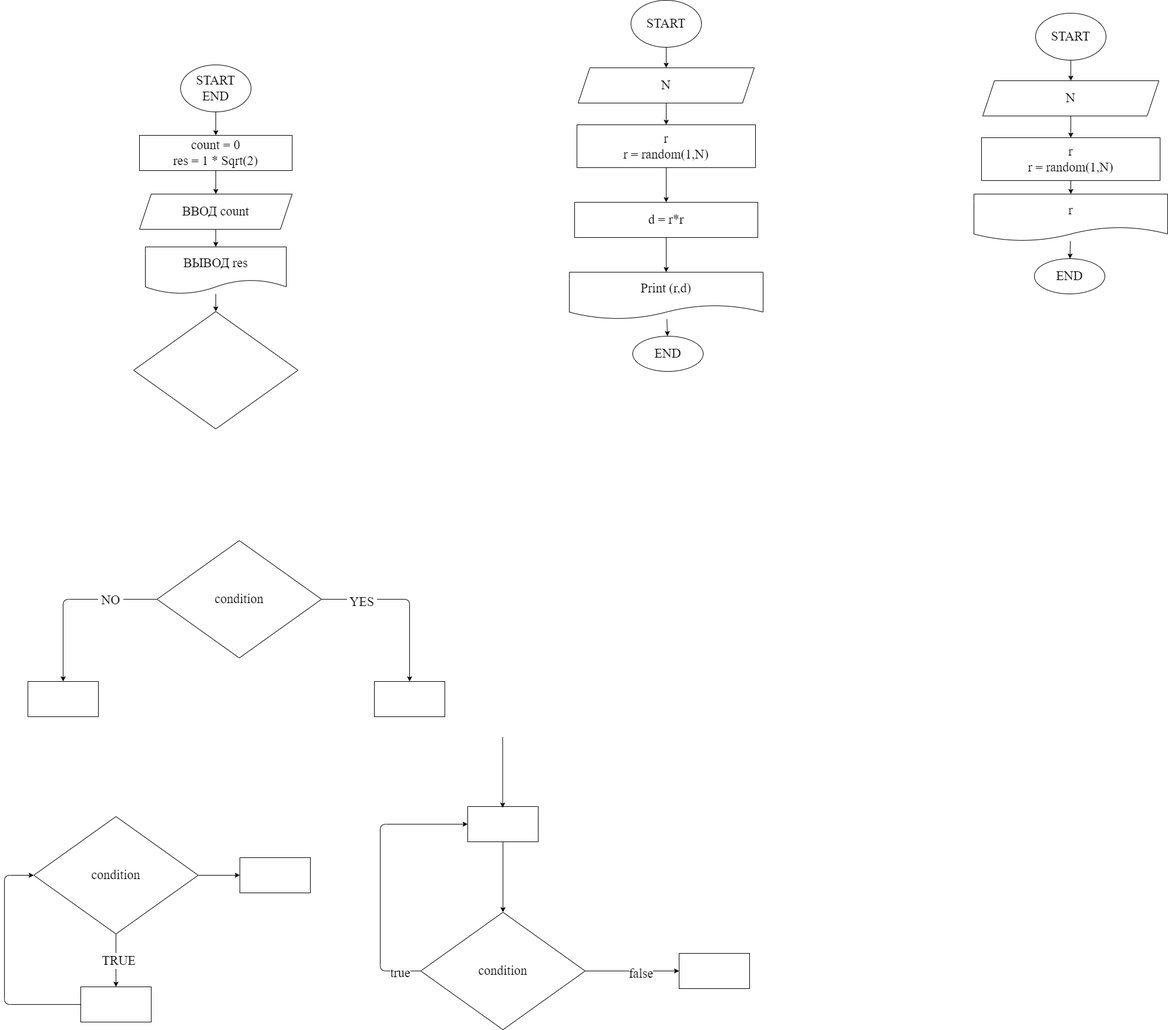
The draw.io diagram ex000.drawio.png in iksergey/practice_temp, before a commit. Source tidied: cells renumbered, new cells last; positions are measured from the earlier drawing's top-left corner, leaving out a move shared by most shapes.
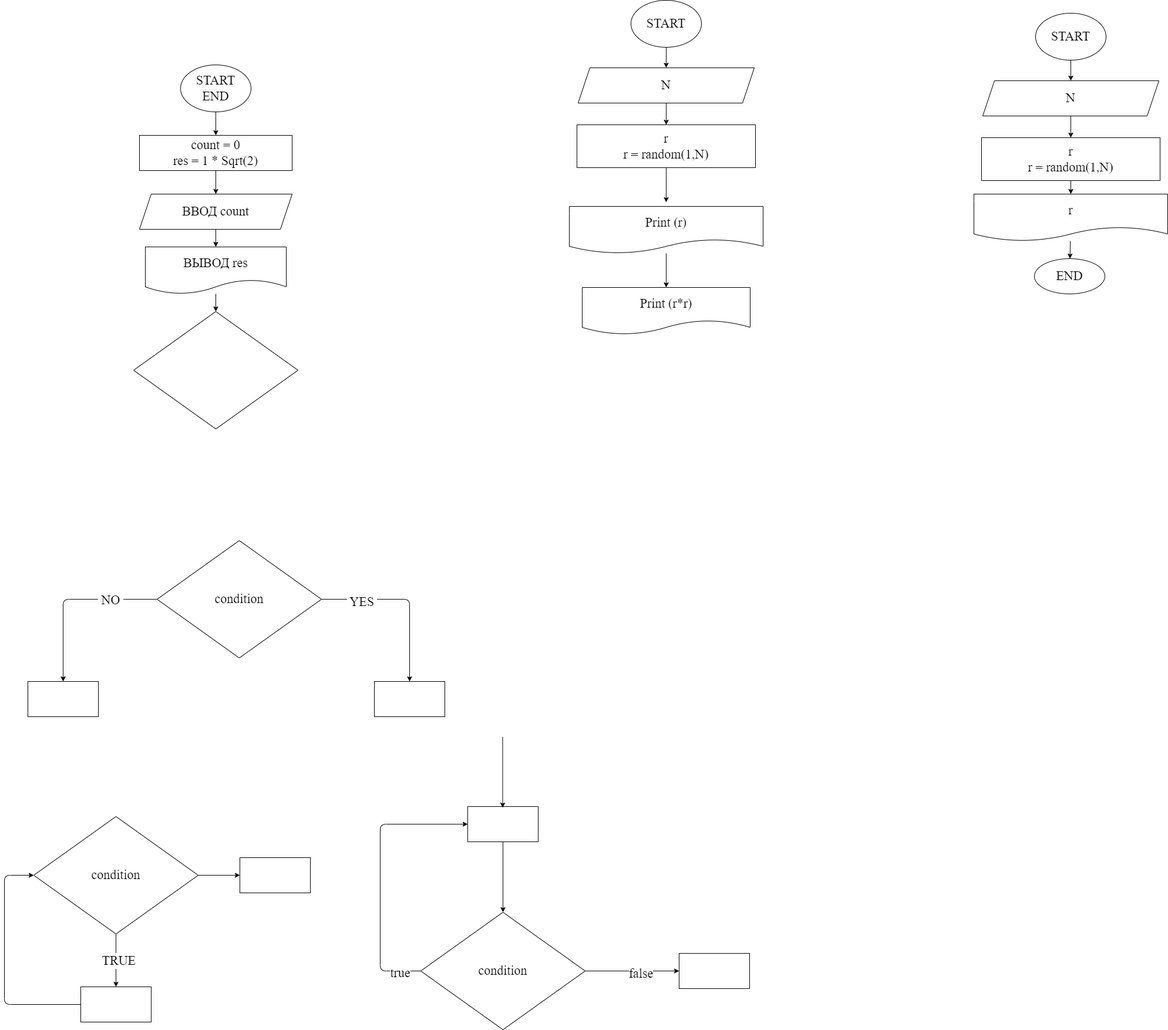
After the commit.

Change to the diagram source:
```diff
@@ -161,23 +161,19 @@
     <mxCell id="47" value="r&lt;br&gt;r = random(1,N)" style="whiteSpace=wrap;html=1;fontSize=22;fontFamily=Fira Code;" parent="1" vertex="1">
       <mxGeometry x="975" y="212" width="304" height="73" as="geometry" />
     </mxCell>
-    <mxCell id="48" style="edgeStyle=none;html=1;fontFamily=Fira Code;fontSize=22;" parent="1" edge="1" source="49" target="50">
-      <mxGeometry relative="1" as="geometry" />
-    </mxCell>
+    <mxCell id="54" style="edgeStyle=none;html=1;" parent="1" edge="1" source="49" target="55">
+      <mxGeometry relative="1" as="geometry" />
+    </mxCell>
-    <mxCell id="49" value="Print (r,d)" style="shape=document;whiteSpace=wrap;html=1;boundedLbl=1;fontSize=22;fontFamily=Fira Code;" parent="1" vertex="1">
-      <mxGeometry x="962" y="463" width="330" height="80" as="geometry" />
+    <mxCell id="49" value="Print (r)" style="shape=document;whiteSpace=wrap;html=1;boundedLbl=1;fontSize=22;fontFamily=Fira Code;" parent="1" vertex="1">
+      <mxGeometry x="962" y="351" width="330" height="80" as="geometry" />
     </mxCell>
-    <mxCell id="50" value="END" style="ellipse;whiteSpace=wrap;html=1;fontSize=22;fontFamily=Fira Code;" parent="1" vertex="1">
-      <mxGeometry x="1070" y="572" width="120" height="60" as="geometry" />
-    </mxCell>
-    <mxCell id="51" value="d = r*r" style="rounded=0;whiteSpace=wrap;html=1;fontFamily=Times New Roman;fontSize=22;" parent="1" vertex="1">
-      <mxGeometry x="971" y="344" width="312" height="60" as="geometry" />
-    </mxCell>
-    <mxCell id="52" style="endArrow=classic;html=1;fontFamily=Times New Roman;fontSize=22;exitX=0.5;exitY=1;exitDx=0;exitDy=0;entryX=0.5;entryY=0;entryDx=0;entryDy=0;" parent="1" edge="1" source="47" target="51">
-      <mxGeometry relative="1" as="geometry" />
+    <mxCell id="52" style="endArrow=classic;html=1;fontFamily=Times New Roman;fontSize=22;exitX=0.5;exitY=1;exitDx=0;exitDy=0;entryX=0.5;entryY=0;entryDx=0;entryDy=0;" parent="1" edge="1" source="47">
+      <mxGeometry relative="1" as="geometry">
+        <mxPoint x="1127" y="344" as="targetPoint" />
+      </mxGeometry>
     </mxCell>
-    <mxCell id="53" style="endArrow=classic;html=1;exitX=0.5;exitY=1;exitDx=0;exitDy=0;entryX=0.5;entryY=0;entryDx=0;entryDy=0;" parent="1" edge="1" source="51" target="49">
-      <mxGeometry relative="1" as="geometry" />
-    </mxCell>
+    <mxCell id="55" value="Print (r*r)" style="shape=document;whiteSpace=wrap;html=1;boundedLbl=1;fontSize=22;fontFamily=Fira Code;" parent="1" vertex="1">
+      <mxGeometry x="984" y="489" width="286" height="80" as="geometry" />
+    </mxCell>
   </root>
 </mxGraphModel>
```
